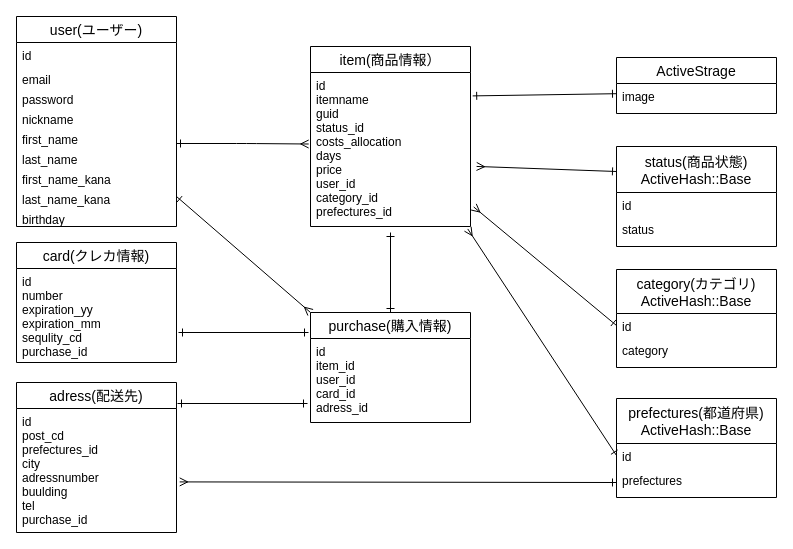
kmksrzw/furima-38586 keeps this draw.io diagram as database.dio. Above is the earlier version. Source tidied: cells renumbered, new cells numbered last; positions are measured from the earlier drawing's top-left corner, leaving out a move shared by most shapes. Both pictures are drawn from the tidied source at 100%, with x=0, y=0 at pixel (16, 16).
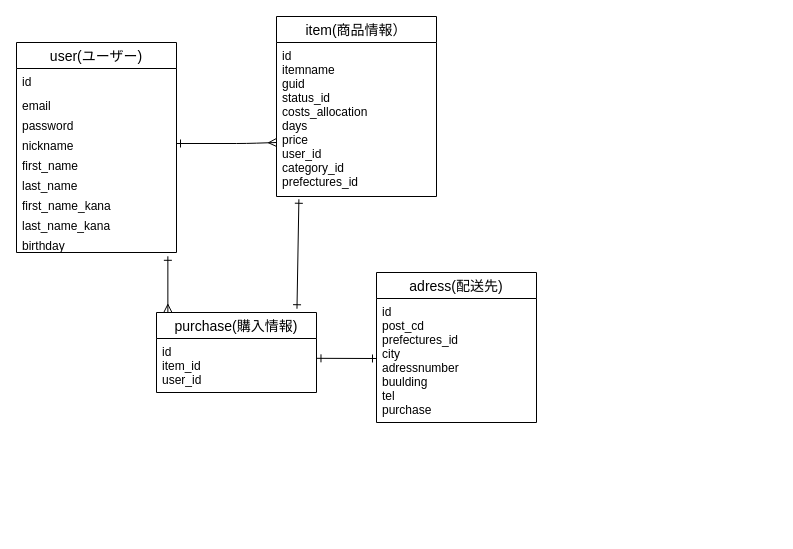
The same diagram, later.

Unchanged cells that the change refers to:
```xml
<mxCell id="3" value="id&#10;itemname&#10;guid&#10;status_id&#10;costs_allocation&#10;days&#10;price&#10;user_id&#10;category_id&#10;prefectures_id" style="text;strokeColor=none;fillColor=none;spacingLeft=4;spacingRight=4;overflow=hidden;points=[[0,0.5],[1,0.5]];portConstraint=eastwest;fontSize=12;" parent="2" vertex="1">
  <mxGeometry y="26" width="160" height="154" as="geometry" />
</mxCell>
<mxCell id="12" value="last_name_kana" style="text;strokeColor=none;fillColor=none;spacingLeft=4;spacingRight=4;overflow=hidden;points=[[0,0.5],[1,0.5]];portConstraint=eastwest;fontSize=12;" parent="4" vertex="1">
  <mxGeometry y="170" width="160" height="20" as="geometry" />
</mxCell>
<mxCell id="13" value="birthday" style="text;strokeColor=none;fillColor=none;spacingLeft=4;spacingRight=4;overflow=hidden;points=[[0,0.5],[1,0.5]];portConstraint=eastwest;fontSize=12;" parent="4" vertex="1">
  <mxGeometry y="190" width="160" height="20" as="geometry" />
</mxCell>
```

Diff of the diagram source:
```diff
@@
     <mxCell id="2" value="item(商品情報）" style="swimlane;fontStyle=0;horizontal=1;startSize=26;align=center;fontSize=14;" parent="1" vertex="1">
-      <mxGeometry x="294" y="30" width="160" height="180" as="geometry" />
+      <mxGeometry x="260" width="160" height="180" as="geometry" />
     </mxCell>
@@
     <mxCell id="4" value="user(ユーザー)" style="swimlane;fontStyle=0;horizontal=1;startSize=26;align=center;fontSize=14;" parent="1" vertex="1">
-      <mxGeometry width="160" height="210" as="geometry" />
+      <mxGeometry y="26" width="160" height="210" as="geometry" />
     </mxCell>
@@
-    <mxCell id="14" style="edgeStyle=none;html=1;startArrow=ERone;startFill=0;endArrow=ERone;endFill=0;" parent="1" edge="1" source="15">
-      <mxGeometry relative="1" as="geometry">
-        <mxPoint x="374" y="216" as="targetPoint" />
-      </mxGeometry>
+    <mxCell id="14" style="edgeStyle=none;html=1;startArrow=ERone;startFill=0;endArrow=ERone;endFill=0;entryX=0.14;entryY=1.018;entryDx=0;entryDy=0;entryPerimeter=0;exitX=0.878;exitY=-0.047;exitDx=0;exitDy=0;exitPerimeter=0;" parent="1" edge="1" source="15" target="3">
+      <mxGeometry relative="1" as="geometry" />
     </mxCell>
     <mxCell id="15" value="purchase(購入情報)" style="swimlane;fontStyle=0;horizontal=1;startSize=26;align=center;fontSize=14;" parent="1" vertex="1">
-      <mxGeometry x="294" y="296" width="160" height="110" as="geometry" />
+      <mxGeometry x="140" y="296" width="160" height="80" as="geometry" />
     </mxCell>
-    <mxCell id="16" value="id&#10;item_id&#10;user_id&#10;card_id&#10;adress_id" style="text;strokeColor=none;fillColor=none;spacingLeft=4;spacingRight=4;overflow=hidden;points=[[0,0.5],[1,0.5]];portConstraint=eastwest;fontSize=12;" parent="15" vertex="1">
-      <mxGeometry y="26" width="160" height="84" as="geometry" />
+    <mxCell id="16" value="id&#10;item_id&#10;user_id" style="text;strokeColor=none;fillColor=none;spacingLeft=4;spacingRight=4;overflow=hidden;points=[[0,0.5],[1,0.5]];portConstraint=eastwest;fontSize=12;" parent="15" vertex="1">
+      <mxGeometry y="26" width="160" height="54" as="geometry" />
     </mxCell>
-    <mxCell id="17" value="card(クレカ情報)" style="swimlane;fontStyle=0;horizontal=1;startSize=26;align=center;fontSize=14;" parent="1" vertex="1">
-      <mxGeometry y="226" width="160" height="120" as="geometry" />
-    </mxCell>
-    <mxCell id="18" value="id&#10;number&#10;expiration_yy&#10;expiration_mm&#10;sequlity_cd&#10;purchase_id" style="text;strokeColor=none;fillColor=none;spacingLeft=4;spacingRight=4;overflow=hidden;fontSize=12;" parent="17" vertex="1">
-      <mxGeometry y="26" width="160" height="94" as="geometry" />
-    </mxCell>
     <mxCell id="19" value="adress(配送先)" style="swimlane;fontStyle=0;horizontal=1;startSize=26;align=center;fontSize=14;" parent="1" vertex="1">
-      <mxGeometry y="366" width="160" height="150" as="geometry" />
+      <mxGeometry x="360" y="256" width="160" height="150" as="geometry" />
     </mxCell>
-    <mxCell id="20" value="id&#10;post_cd&#10;prefectures_id&#10;city&#10;adressnumber&#10;buulding&#10;tel&#10;purchase_id" style="text;strokeColor=none;fillColor=none;spacingLeft=4;spacingRight=4;overflow=hidden;points=[[0,0.5],[1,0.5]];portConstraint=eastwest;fontSize=12;" parent="19" vertex="1">
+    <mxCell id="20" value="id&#10;post_cd&#10;prefectures_id&#10;city&#10;adressnumber&#10;buulding&#10;tel&#10;purchase" style="text;strokeColor=none;fillColor=none;spacingLeft=4;spacingRight=4;overflow=hidden;points=[[0,0.5],[1,0.5]];portConstraint=eastwest;fontSize=12;" parent="19" vertex="1">
       <mxGeometry y="26" width="160" height="124" as="geometry" />
     </mxCell>
-    <mxCell id="21" value="ActiveStrage" style="swimlane;fontStyle=0;horizontal=1;startSize=26;align=center;fontSize=14;" parent="1" vertex="1">
-      <mxGeometry x="600" y="41" width="160" height="56" as="geometry" />
-    </mxCell>
-    <mxCell id="22" value="image" style="text;strokeColor=none;fillColor=none;spacingLeft=4;spacingRight=4;overflow=hidden;fontSize=12;" parent="21" vertex="1">
-      <mxGeometry y="26" width="160" height="30" as="geometry" />
-    </mxCell>
-    <mxCell id="23" style="edgeStyle=none;html=1;exitX=0;exitY=0.25;exitDx=0;exitDy=0;entryX=1.038;entryY=0.61;entryDx=0;entryDy=0;entryPerimeter=0;startArrow=ERone;startFill=0;endArrow=ERmany;endFill=0;" parent="1" edge="1" source="24" target="3">
-      <mxGeometry relative="1" as="geometry" />
-    </mxCell>
-    <mxCell id="24" value="status(商品状態)&#10;ActiveHash::Base" style="swimlane;fontStyle=0;horizontal=1;startSize=46;align=center;fontSize=14;" parent="1" vertex="1">
-      <mxGeometry x="600" y="130" width="160" height="100" as="geometry" />
-    </mxCell>
-    <mxCell id="25" value="id" style="text;strokeColor=none;fillColor=none;spacingLeft=4;spacingRight=4;overflow=hidden;fontSize=12;" parent="24" vertex="1">
-      <mxGeometry y="46" width="160" height="24" as="geometry" />
-    </mxCell>
-    <mxCell id="26" value="status" style="text;strokeColor=none;fillColor=none;spacingLeft=4;spacingRight=4;overflow=hidden;fontSize=12;" parent="24" vertex="1">
-      <mxGeometry y="70" width="160" height="30" as="geometry" />
-    </mxCell>
-    <mxCell id="27" value="category(カテゴリ)&#10;ActiveHash::Base" style="swimlane;fontStyle=0;horizontal=1;startSize=44;align=center;fontSize=14;" parent="1" vertex="1">
-      <mxGeometry x="600" y="253" width="160" height="98" as="geometry" />
-    </mxCell>
-    <mxCell id="28" value="id" style="text;strokeColor=none;fillColor=none;spacingLeft=4;spacingRight=4;overflow=hidden;points=[[0,0.5],[1,0.5]];portConstraint=eastwest;fontSize=12;" parent="27" vertex="1">
-      <mxGeometry y="44" width="160" height="24" as="geometry" />
-    </mxCell>
-    <mxCell id="29" value="category" style="text;strokeColor=none;fillColor=none;spacingLeft=4;spacingRight=4;overflow=hidden;fontSize=12;" parent="27" vertex="1">
-      <mxGeometry y="68" width="160" height="30" as="geometry" />
-    </mxCell>
-    <mxCell id="30" value="prefectures(都道府県)&#10;ActiveHash::Base" style="swimlane;fontStyle=0;horizontal=1;startSize=45;align=center;fontSize=14;" parent="1" vertex="1">
-      <mxGeometry x="600" y="382" width="160" height="99" as="geometry" />
-    </mxCell>
-    <mxCell id="31" value="id" style="text;strokeColor=none;fillColor=none;spacingLeft=4;spacingRight=4;overflow=hidden;points=[[0,0.5],[1,0.5]];portConstraint=eastwest;fontSize=12;" parent="30" vertex="1">
-      <mxGeometry y="45" width="160" height="24" as="geometry" />
-    </mxCell>
-    <mxCell id="32" value="prefectures" style="text;strokeColor=none;fillColor=none;spacingLeft=4;spacingRight=4;overflow=hidden;points=[[0,0.5],[1,0.5]];portConstraint=eastwest;fontSize=12;" parent="30" vertex="1">
-      <mxGeometry y="69" width="160" height="30" as="geometry" />
-    </mxCell>
-    <mxCell id="33" style="edgeStyle=none;html=1;exitX=1;exitY=0.5;exitDx=0;exitDy=0;entryX=-0.011;entryY=0.938;entryDx=0;entryDy=0;entryPerimeter=0;endArrow=ERmany;endFill=0;startArrow=ERone;startFill=0;" parent="1" edge="1">
+    <mxCell id="33" style="edgeStyle=none;html=1;exitX=1;exitY=0.5;exitDx=0;exitDy=0;endArrow=ERmany;endFill=0;startArrow=ERone;startFill=0;" parent="1" edge="1">
       <mxGeometry relative="1" as="geometry">
         <mxPoint x="160" y="127" as="sourcePoint" />
-        <mxPoint x="292.2" y="127.5" as="targetPoint" />
+        <mxPoint x="260" y="126" as="targetPoint" />
         <Array as="points">
           <mxPoint x="230" y="127" />
         </Array>
       </mxGeometry>
     </mxCell>
-    <mxCell id="34" style="edgeStyle=none;html=1;entryX=1.014;entryY=0.191;entryDx=0;entryDy=0;entryPerimeter=0;startArrow=ERone;startFill=0;endArrow=ERone;endFill=0;" parent="1" edge="1">
-      <mxGeometry relative="1" as="geometry">
-        <mxPoint x="600" y="77.2" as="sourcePoint" />
-        <mxPoint x="456.2" y="79.4" as="targetPoint" />
-      </mxGeometry>
-    </mxCell>
-    <mxCell id="35" style="edgeStyle=none;html=1;exitX=0;exitY=0.5;exitDx=0;exitDy=0;entryX=1.02;entryY=0.873;entryDx=0;entryDy=0;entryPerimeter=0;startArrow=ERone;startFill=0;endArrow=ERmany;endFill=0;" parent="1" edge="1" source="28" target="3">
-      <mxGeometry relative="1" as="geometry" />
-    </mxCell>
-    <mxCell id="36" style="edgeStyle=none;html=1;exitX=0;exitY=0.5;exitDx=0;exitDy=0;entryX=0.983;entryY=1.016;entryDx=0;entryDy=0;entryPerimeter=0;startArrow=ERone;startFill=0;endArrow=ERmany;endFill=0;" parent="1" edge="1" source="31" target="3">
-      <mxGeometry relative="1" as="geometry" />
-    </mxCell>
-    <mxCell id="37" style="edgeStyle=none;html=1;exitX=0;exitY=0.5;exitDx=0;exitDy=0;entryX=1.02;entryY=0.592;entryDx=0;entryDy=0;entryPerimeter=0;startArrow=ERone;startFill=0;endArrow=ERmany;endFill=0;" parent="1" edge="1" source="32" target="20">
-      <mxGeometry relative="1" as="geometry" />
-    </mxCell>
-    <mxCell id="38" style="edgeStyle=none;html=1;exitX=1;exitY=0.5;exitDx=0;exitDy=0;startArrow=ERone;startFill=0;endArrow=ERone;endFill=0;" parent="1" edge="1">
-      <mxGeometry relative="1" as="geometry">
-        <mxPoint x="162" y="316" as="sourcePoint" />
-        <mxPoint x="292" y="316" as="targetPoint" />
-      </mxGeometry>
-    </mxCell>
+    <mxCell id="40" style="edgeStyle=none;html=1;entryX=0.071;entryY=-0.002;entryDx=0;entryDy=0;startArrow=ERone;startFill=0;endArrow=ERmany;endFill=0;entryPerimeter=0;exitX=0.946;exitY=1.19;exitDx=0;exitDy=0;exitPerimeter=0;" parent="1" edge="1" source="13" target="15">
+      <mxGeometry relative="1" as="geometry" />
+    </mxCell>
-    <mxCell id="39" style="edgeStyle=none;html=1;exitX=1;exitY=0.5;exitDx=0;exitDy=0;startArrow=ERone;startFill=0;endArrow=ERone;endFill=0;" parent="1" edge="1">
+    <mxCell id="39" style="edgeStyle=none;html=1;exitX=1.003;exitY=0.367;exitDx=0;exitDy=0;startArrow=ERone;startFill=0;endArrow=ERone;endFill=0;exitPerimeter=0;" parent="1" edge="1" source="16">
       <mxGeometry relative="1" as="geometry">
-        <mxPoint x="161" y="387" as="sourcePoint" />
-        <mxPoint x="291" y="387" as="targetPoint" />
+        <mxPoint x="360" y="342" as="targetPoint" />
       </mxGeometry>
     </mxCell>
-    <mxCell id="40" style="edgeStyle=none;html=1;exitX=1;exitY=0.5;exitDx=0;exitDy=0;entryX=0;entryY=0;entryDx=0;entryDy=0;startArrow=ERone;startFill=0;endArrow=ERmany;endFill=0;" parent="1" edge="1" source="12" target="15">
-      <mxGeometry relative="1" as="geometry" />
-    </mxCell>
```
